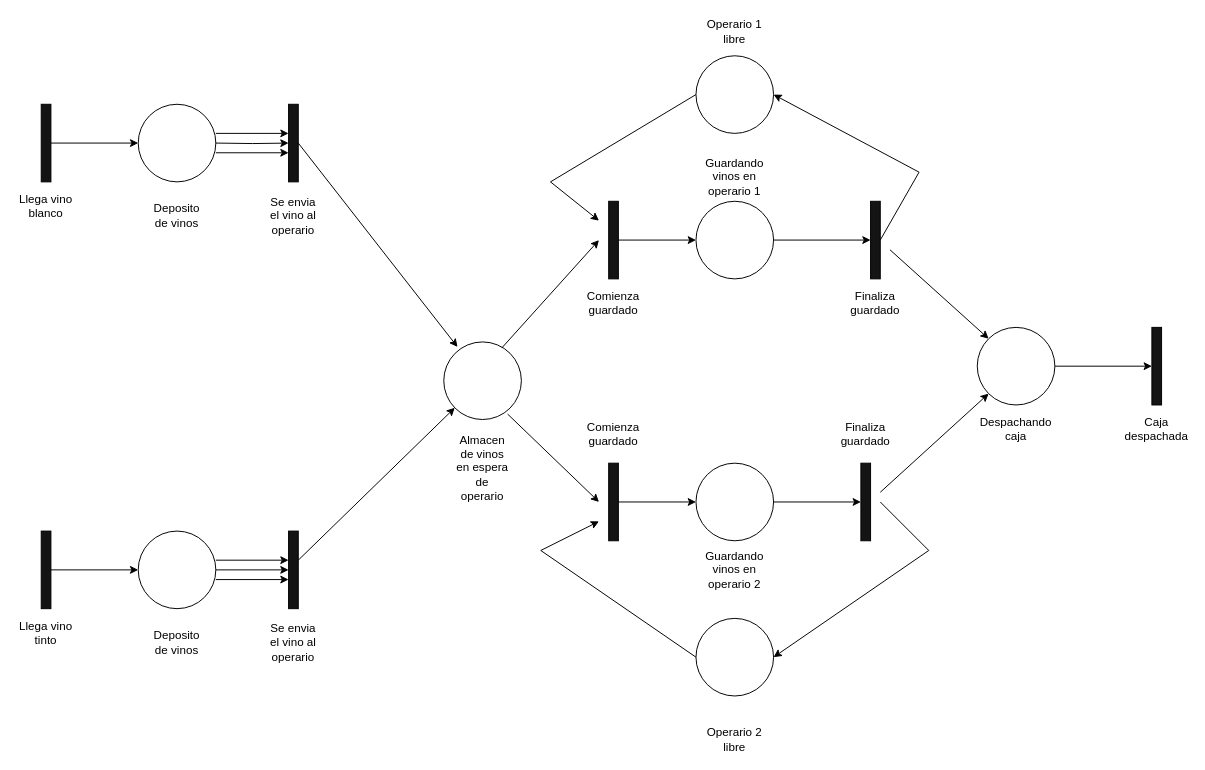
Earlier version of the draw.io diagram RP /Ejercicio_2.drawio (imnotsetro/IDS-1). Source tidied: cells renumbered, new cells numbered last; positions are measured from the earlier drawing's top-left corner, leaving out a move shared by most shapes. Both pictures are drawn from the tidied source at 97%, with x=0, y=0 at pixel (16, 16).
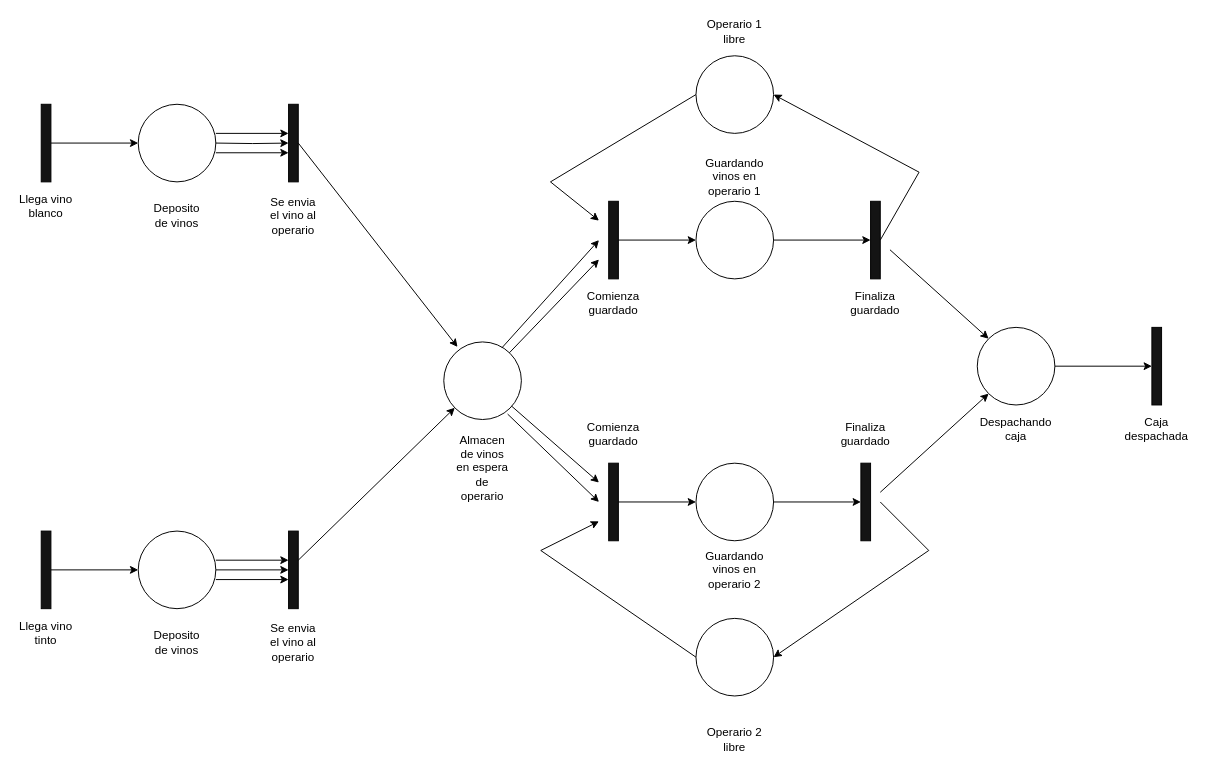
Above is the later version.

The change refers to these unchanged cells:
```xml
<mxCell id="13" style="ellipse;whiteSpace=wrap;html=1;" parent="1" vertex="1">
  <mxGeometry x="440" y="335" width="80" height="80" as="geometry" />
</mxCell>
```

Diff of the diagram source:
```diff
@@
+    <mxCell id="60" style="endArrow=classic;html=1;rounded=0;" parent="1" edge="1" source="13">
+      <mxGeometry relative="1" as="geometry">
+        <mxPoint x="600" y="250" as="targetPoint" />
+      </mxGeometry>
+    </mxCell>
+    <mxCell id="61" style="endArrow=classic;html=1;rounded=0;" parent="1" edge="1" source="13">
+      <mxGeometry relative="1" as="geometry">
+        <mxPoint x="600" y="480" as="targetPoint" />
+      </mxGeometry>
+    </mxCell>
```
